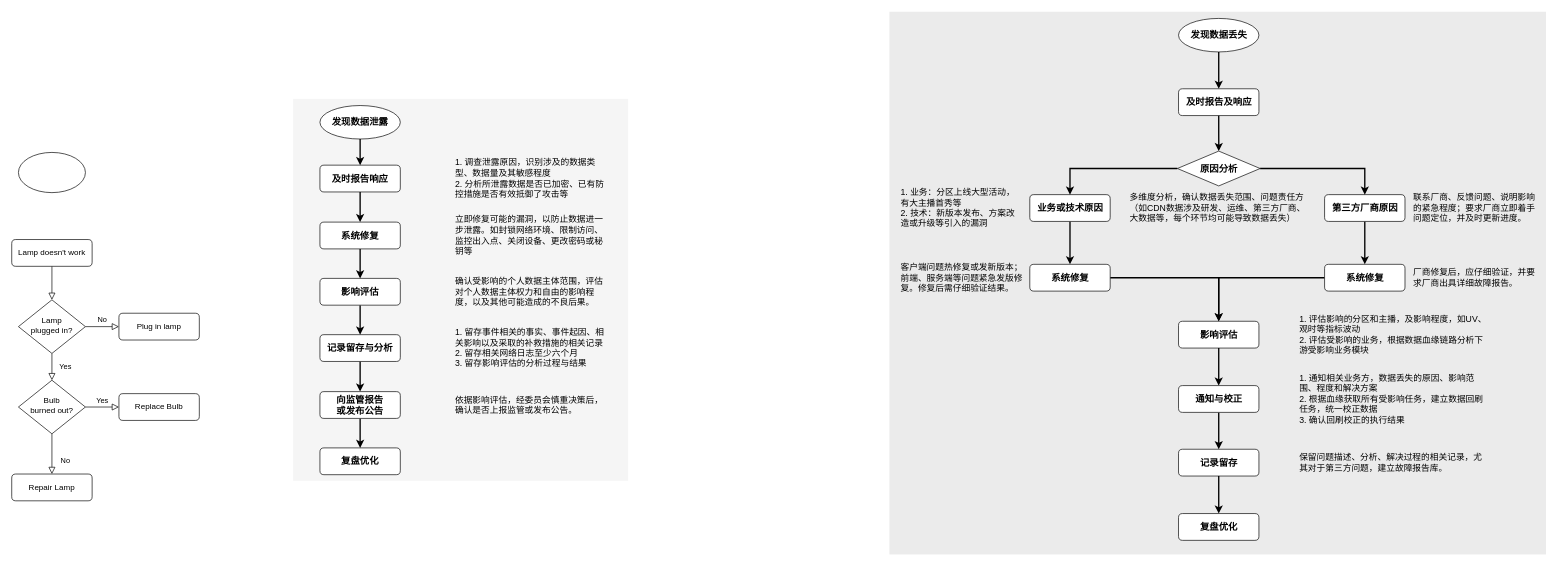
Before: 数据泄露&丢失应急方案.drawio in hongweilv-whu/flowCharts, a draw.io diagram. Source tidied: cells renumbered, new cells numbered last; positions are measured from the earlier drawing's top-left corner, leaving out a move shared by most shapes. Both pictures are drawn from the tidied source at 67%, with x=0, y=0 at pixel (11, 11).
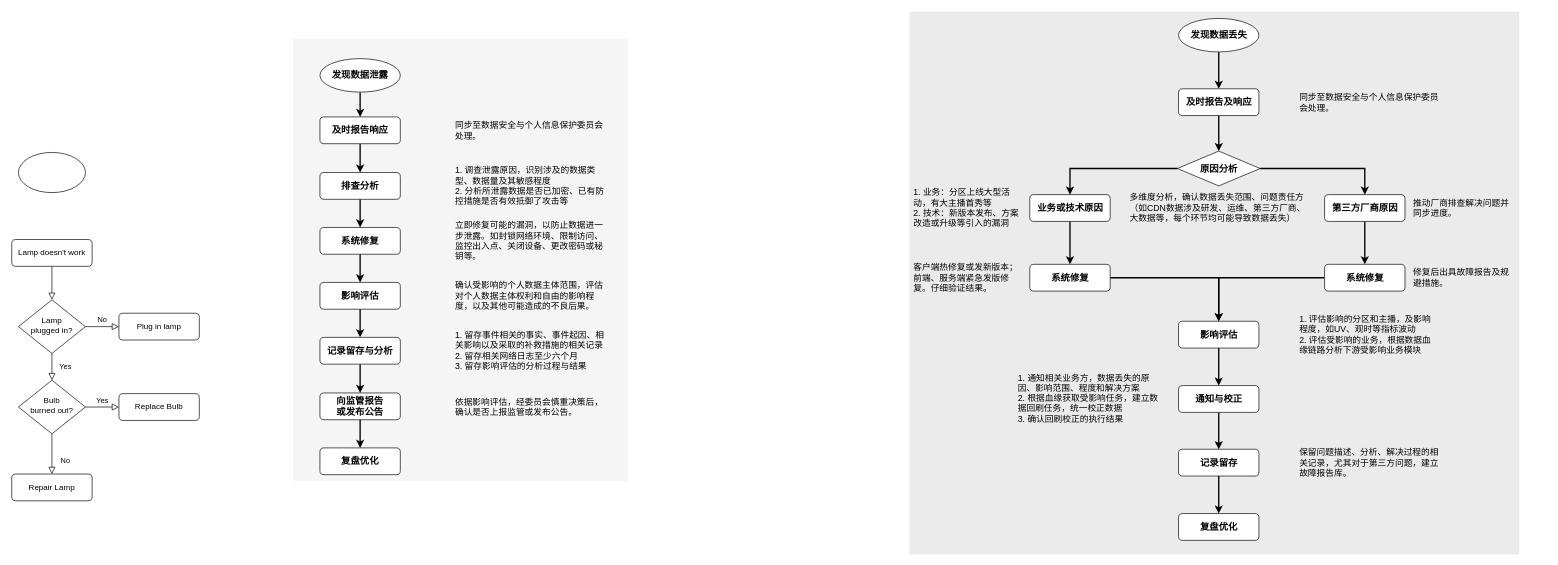
Above is the later version.

Commit message:
更新数据泄露&丢失应急方案.drawio

Diff of the diagram source:
```diff
@@
     <mxCell id="2" style="rounded=0;whiteSpace=wrap;html=1;fontSize=12;glass=0;strokeWidth=0;shadow=0;fillColor=#f5f5f5;fontColor=#333333;strokeColor=none;" parent="1" vertex="1">
-      <mxGeometry x="420" y="130" width="500" height="570" as="geometry" />
+      <mxGeometry x="420" y="40" width="500" height="660" as="geometry" />
     </mxCell>
@@
-    <mxCell id="16" value="&lt;font style=&quot;font-size: 14px;&quot;&gt;&lt;b&gt;及时报告响应&lt;/b&gt;&lt;/font&gt;" style="rounded=1;whiteSpace=wrap;html=1;fontSize=12;glass=0;strokeWidth=1;shadow=0;" parent="1" vertex="1">
-      <mxGeometry x="460" y="229" width="120" height="40" as="geometry" />
+    <mxCell id="16" value="&lt;font style=&quot;font-size: 14px;&quot;&gt;&lt;b&gt;排查分析&lt;/b&gt;&lt;/font&gt;" style="rounded=1;whiteSpace=wrap;html=1;fontSize=12;glass=0;strokeWidth=1;shadow=0;" parent="1" vertex="1">
+      <mxGeometry x="460" y="240" width="120" height="40" as="geometry" />
     </mxCell>
-    <mxCell id="17" style="edgeStyle=orthogonalEdgeStyle;rounded=0;jettySize=auto;html=1;exitX=0.5;exitY=1;exitDx=0;exitDy=0;exitPerimeter=0;fontFamily=Helvetica;fontSize=14;strokeWidth=2;" parent="1" edge="1" source="18" target="16">
-      <mxGeometry relative="1" as="geometry" />
-    </mxCell>
+    <mxCell id="64" style="edgeStyle=orthogonalEdgeStyle;rounded=0;jettySize=auto;html=1;exitX=0.5;exitY=1;exitDx=0;exitDy=0;exitPerimeter=0;entryX=0.5;entryY=0;entryDx=0;entryDy=0;strokeWidth=2;fontFamily=Helvetica;fontSize=13;" parent="1" edge="1" source="18" target="66">
+      <mxGeometry relative="1" as="geometry" />
+    </mxCell>
     <mxCell id="18" value="&lt;font style=&quot;font-size: 14px;&quot;&gt;&lt;b style=&quot;&quot;&gt;发现数据泄露&lt;/b&gt;&lt;/font&gt;" style="strokeWidth=1;html=1;shape=mxgraph.flowchart.start_1;whiteSpace=wrap;" parent="1" vertex="1">
-      <mxGeometry x="460" y="140" width="120" height="50" as="geometry" />
+      <mxGeometry x="460" y="70" width="120" height="50" as="geometry" />
     </mxCell>
@@
     <mxCell id="20" value="&lt;font style=&quot;font-size: 14px;&quot;&gt;&lt;b&gt;系统修复&lt;/b&gt;&lt;/font&gt;" style="rounded=1;whiteSpace=wrap;html=1;fontSize=12;glass=0;strokeWidth=1;shadow=0;" parent="1" vertex="1">
-      <mxGeometry x="460" y="314" width="120" height="40" as="geometry" />
+      <mxGeometry x="460" y="322" width="120" height="40" as="geometry" />
     </mxCell>
@@
     <mxCell id="22" value="&lt;font style=&quot;font-size: 14px;&quot;&gt;&lt;b&gt;影响评估&lt;/b&gt;&lt;/font&gt;" style="rounded=1;whiteSpace=wrap;html=1;fontSize=12;glass=0;strokeWidth=1;shadow=0;" parent="1" vertex="1">
-      <mxGeometry x="460" y="398" width="120" height="40" as="geometry" />
+      <mxGeometry x="460" y="404" width="120" height="40" as="geometry" />
     </mxCell>
@@
     <mxCell id="24" value="&lt;font style=&quot;font-size: 14px;&quot;&gt;&lt;b&gt;记录留存与分析&lt;/b&gt;&lt;/font&gt;" style="rounded=1;whiteSpace=wrap;html=1;fontSize=12;glass=0;strokeWidth=1;shadow=0;" parent="1" vertex="1">
-      <mxGeometry x="460" y="482" width="120" height="40" as="geometry" />
+      <mxGeometry x="460" y="486" width="120" height="40" as="geometry" />
     </mxCell>
@@
     <mxCell id="26" value="&lt;font style=&quot;font-size: 14px;&quot;&gt;&lt;b&gt;向监管报告&lt;br&gt;或发布公告&lt;/b&gt;&lt;/font&gt;" style="rounded=1;whiteSpace=wrap;html=1;fontSize=12;glass=0;strokeWidth=1;shadow=0;" parent="1" vertex="1">
-      <mxGeometry x="460" y="567" width="120" height="40" as="geometry" />
+      <mxGeometry x="460" y="569" width="120" height="40" as="geometry" />
     </mxCell>
@@
     <mxCell id="28" value="&lt;font style=&quot;font-size: 13px;&quot;&gt;1. 调查泄露原因，识别涉及的数据类型、数据量及其敏感程度&lt;br style=&quot;font-size: 13px;&quot;&gt;2. 分析所泄露数据是否已加密、已有防控措施是否有效抵御了攻击等&lt;/font&gt;" style="rounded=1;whiteSpace=wrap;html=1;fontSize=13;glass=0;strokeWidth=1;shadow=0;align=left;strokeColor=none;fillColor=none;" parent="1" vertex="1">
-      <mxGeometry x="660" y="219" width="230" height="60" as="geometry" />
+      <mxGeometry x="660" y="230" width="230" height="60" as="geometry" />
     </mxCell>
-    <mxCell id="29" value="&lt;span style=&quot;font-size: 13px;&quot;&gt;立即修复可能的漏洞，以防止数据进一步泄露。如封锁网络环境、限制访问、监控出入点、关闭设备、更改密码或秘钥等&lt;/span&gt;" style="rounded=1;whiteSpace=wrap;html=1;fontSize=13;glass=0;strokeWidth=1;shadow=0;align=left;strokeColor=none;fillColor=none;" parent="1" vertex="1">
-      <mxGeometry x="660" y="304" width="230" height="60" as="geometry" />
+    <mxCell id="29" value="&lt;span style=&quot;font-size: 13px;&quot;&gt;立即修复可能的漏洞，以防止数据进一步泄露。如封锁网络环境、限制访问、监控出入点、关闭设备、更改密码或秘钥等。&lt;/span&gt;" style="rounded=1;whiteSpace=wrap;html=1;fontSize=13;glass=0;strokeWidth=1;shadow=0;align=left;strokeColor=none;fillColor=none;" parent="1" vertex="1">
+      <mxGeometry x="660" y="312" width="230" height="60" as="geometry" />
     </mxCell>
-    <mxCell id="30" value="确认受影响的个人数据主体范围，评估对个人数据主体权力和自由的影响程度，以及其他可能造成的不良后果。" style="rounded=1;whiteSpace=wrap;html=1;fontSize=13;glass=0;strokeWidth=1;shadow=0;align=left;strokeColor=none;fillColor=none;" parent="1" vertex="1">
-      <mxGeometry x="660" y="388" width="230" height="60" as="geometry" />
+    <mxCell id="30" value="确认受影响的个人数据主体范围，评估对个人数据主体权利和自由的影响程度，以及其他可能造成的不良后果。" style="rounded=1;whiteSpace=wrap;html=1;fontSize=13;glass=0;strokeWidth=1;shadow=0;align=left;strokeColor=none;fillColor=none;" parent="1" vertex="1">
+      <mxGeometry x="660" y="394" width="230" height="60" as="geometry" />
     </mxCell>
     <mxCell id="31" value="1. 留存事件相关的事实、事件起因、相关影响以及采取的补救措施的相关记录&lt;br style=&quot;font-size: 13px;&quot;&gt;2. 留存相关网络日志至少六个月&lt;br style=&quot;font-size: 13px;&quot;&gt;3. 留存影响评估的分析过程与结果" style="rounded=1;whiteSpace=wrap;html=1;fontSize=13;glass=0;strokeWidth=1;shadow=0;align=left;strokeColor=none;fillColor=none;" parent="1" vertex="1">
-      <mxGeometry x="660" y="472" width="230" height="60" as="geometry" />
+      <mxGeometry x="660" y="476" width="230" height="60" as="geometry" />
     </mxCell>
     <mxCell id="32" value="依据影响评估，经委员会慎重决策后，确认是否上报监管或发布公告。" style="rounded=1;whiteSpace=wrap;html=1;fontSize=13;glass=0;strokeWidth=1;shadow=0;align=left;strokeColor=none;fillColor=none;" parent="1" vertex="1">
-      <mxGeometry x="660" y="557" width="230" height="60" as="geometry" />
+      <mxGeometry x="660" y="560" width="230" height="60" as="geometry" />
     </mxCell>
     <mxCell id="33" style="rounded=0;whiteSpace=wrap;html=1;fontSize=12;glass=0;strokeWidth=0;shadow=0;fillColor=#EBEBEB;fontColor=#333333;strokeColor=none;" parent="1" vertex="1">
-      <mxGeometry x="1310" width="980" height="810" as="geometry" />
+      <mxGeometry x="1340" width="910" height="810" as="geometry" />
     </mxCell>
@@
     <mxCell id="52" value="&lt;div&gt;1. 业务：分区上线大型活动，有大主播首秀等&lt;/div&gt;&lt;div&gt;2. 技术：新版本发布、方案改造或升级等引入的漏洞&lt;/div&gt;" style="rounded=1;whiteSpace=wrap;html=1;fontSize=13;glass=0;strokeWidth=1;shadow=0;align=left;strokeColor=none;fillColor=none;" parent="1" vertex="1">
-      <mxGeometry x="1325" y="263" width="184" height="60" as="geometry" />
+      <mxGeometry x="1344" y="263" width="165" height="60" as="geometry" />
     </mxCell>
     <mxCell id="53" value="&lt;div&gt;1. 评估影响的分区和主播，及影响程度，如UV、观时等指标波动&lt;/div&gt;&lt;div&gt;2. 评估受影响的业务，根据数据血缘链路分析下游受影响业务模块&lt;/div&gt;" style="rounded=1;whiteSpace=wrap;html=1;fontSize=13;glass=0;strokeWidth=1;shadow=0;align=left;strokeColor=none;fillColor=none;" parent="1" vertex="1">
-      <mxGeometry x="1920" y="452" width="282" height="60" as="geometry" />
+      <mxGeometry x="1920" y="452" width="210" height="60" as="geometry" />
     </mxCell>
-    <mxCell id="54" value="&lt;div&gt;1. 通知相关业务方，数据丢失的原因、影响范围、程度和解决方案&lt;/div&gt;&lt;div&gt;2. 根据血缘获取所有受影响任务，建立数据回刷任务，统一校正数据&lt;/div&gt;&lt;div&gt;3. 确认回刷校正的执行结果&lt;/div&gt;" style="rounded=1;whiteSpace=wrap;html=1;fontSize=13;glass=0;strokeWidth=1;shadow=0;align=left;strokeColor=none;fillColor=none;" parent="1" vertex="1">
-      <mxGeometry x="1920" y="548" width="280" height="60" as="geometry" />
+    <mxCell id="54" value="&lt;div&gt;1. 通知相关业务方，数据丢失的原因、影响范围、程度和解决方案&lt;/div&gt;&lt;div&gt;2. 根据血缘获取受影响任务，建立数据回刷任务，统一校正数据&lt;/div&gt;&lt;div&gt;3. 确认回刷校正的执行结果&lt;/div&gt;" style="rounded=1;whiteSpace=wrap;html=1;fontSize=13;glass=0;strokeWidth=1;shadow=0;align=left;strokeColor=none;fillColor=none;" parent="1" vertex="1">
+      <mxGeometry x="1500" y="547" width="220.5" height="60" as="geometry" />
     </mxCell>
     <mxCell id="55" value="保留问题描述、分析、解决过程的相关记录，尤其对于第三方问题，建立故障报告库。" style="rounded=1;whiteSpace=wrap;html=1;fontSize=13;glass=0;strokeWidth=1;shadow=0;align=left;strokeColor=none;fillColor=none;" parent="1" vertex="1">
-      <mxGeometry x="1920" y="643" width="280" height="60" as="geometry" />
+      <mxGeometry x="1920" y="643" width="210" height="60" as="geometry" />
     </mxCell>
-    <mxCell id="56" value="客户端问题热修复或发新版本；前端、服务端等问题紧急发版修复。修复后需仔细验证结果。" style="rounded=1;whiteSpace=wrap;html=1;fontSize=13;glass=0;strokeWidth=1;shadow=0;align=left;strokeColor=none;fillColor=none;" parent="1" vertex="1">
-      <mxGeometry x="1325" y="367" width="184" height="60" as="geometry" />
+    <mxCell id="56" value="客户端热修复或发新版本；前端、服务端紧急发版修复。仔细验证结果。" style="rounded=1;whiteSpace=wrap;html=1;fontSize=13;glass=0;strokeWidth=1;shadow=0;align=left;strokeColor=none;fillColor=none;" parent="1" vertex="1">
+      <mxGeometry x="1344" y="367" width="165" height="60" as="geometry" />
     </mxCell>
-    <mxCell id="57" value="联系厂商、反馈问题、说明影响的紧急程度；要求厂商立即着手问题定位，并及时更新进度。" style="rounded=1;whiteSpace=wrap;html=1;fontSize=13;glass=0;strokeWidth=1;shadow=0;align=left;strokeColor=none;fillColor=none;" parent="1" vertex="1">
-      <mxGeometry x="2090" y="263" width="184" height="60" as="geometry" />
+    <mxCell id="57" value="推动厂商排查解决问题并同步进度。" style="rounded=1;whiteSpace=wrap;html=1;fontSize=13;glass=0;strokeWidth=1;shadow=0;align=left;strokeColor=none;fillColor=none;" parent="1" vertex="1">
+      <mxGeometry x="2090" y="263" width="150" height="60" as="geometry" />
     </mxCell>
-    <mxCell id="58" value="厂商修复后，应仔细验证，并要求厂商出具详细故障报告。" style="rounded=1;whiteSpace=wrap;html=1;fontSize=13;glass=0;strokeWidth=1;shadow=0;align=left;strokeColor=none;fillColor=none;" parent="1" vertex="1">
-      <mxGeometry x="2090" y="367" width="184" height="60" as="geometry" />
+    <mxCell id="58" value="修复后出具故障报告及规避措施。" style="rounded=1;whiteSpace=wrap;html=1;fontSize=13;glass=0;strokeWidth=1;shadow=0;align=left;strokeColor=none;fillColor=none;" parent="1" vertex="1">
+      <mxGeometry x="2090" y="367" width="150" height="60" as="geometry" />
     </mxCell>
@@
+    <mxCell id="65" style="edgeStyle=orthogonalEdgeStyle;rounded=0;jettySize=auto;html=1;exitX=0.5;exitY=1;exitDx=0;exitDy=0;strokeWidth=2;fontFamily=Helvetica;fontSize=13;" parent="1" edge="1" source="66" target="16">
+      <mxGeometry relative="1" as="geometry" />
+    </mxCell>
+    <mxCell id="66" value="&lt;font style=&quot;font-size: 14px;&quot;&gt;&lt;b&gt;及时报告响应&lt;/b&gt;&lt;/font&gt;" style="rounded=1;whiteSpace=wrap;html=1;fontSize=12;glass=0;strokeWidth=1;shadow=0;" parent="1" vertex="1">
+      <mxGeometry x="460" y="157" width="120" height="40" as="geometry" />
+    </mxCell>
+    <mxCell id="67" value="同步至数据安全与个人信息保护委员会处理。" style="rounded=1;whiteSpace=wrap;html=1;fontSize=13;glass=0;strokeWidth=1;shadow=0;align=left;strokeColor=none;fillColor=none;" parent="1" vertex="1">
+      <mxGeometry x="660" y="159.5" width="230" height="35" as="geometry" />
+    </mxCell>
+    <mxCell id="68" value="同步至数据安全与个人信息保护委员会处理。" style="rounded=1;whiteSpace=wrap;html=1;fontSize=13;glass=0;strokeWidth=1;shadow=0;align=left;strokeColor=none;fillColor=none;" parent="1" vertex="1">
+      <mxGeometry x="1920" y="117.5" width="210" height="35" as="geometry" />
+    </mxCell>
```
